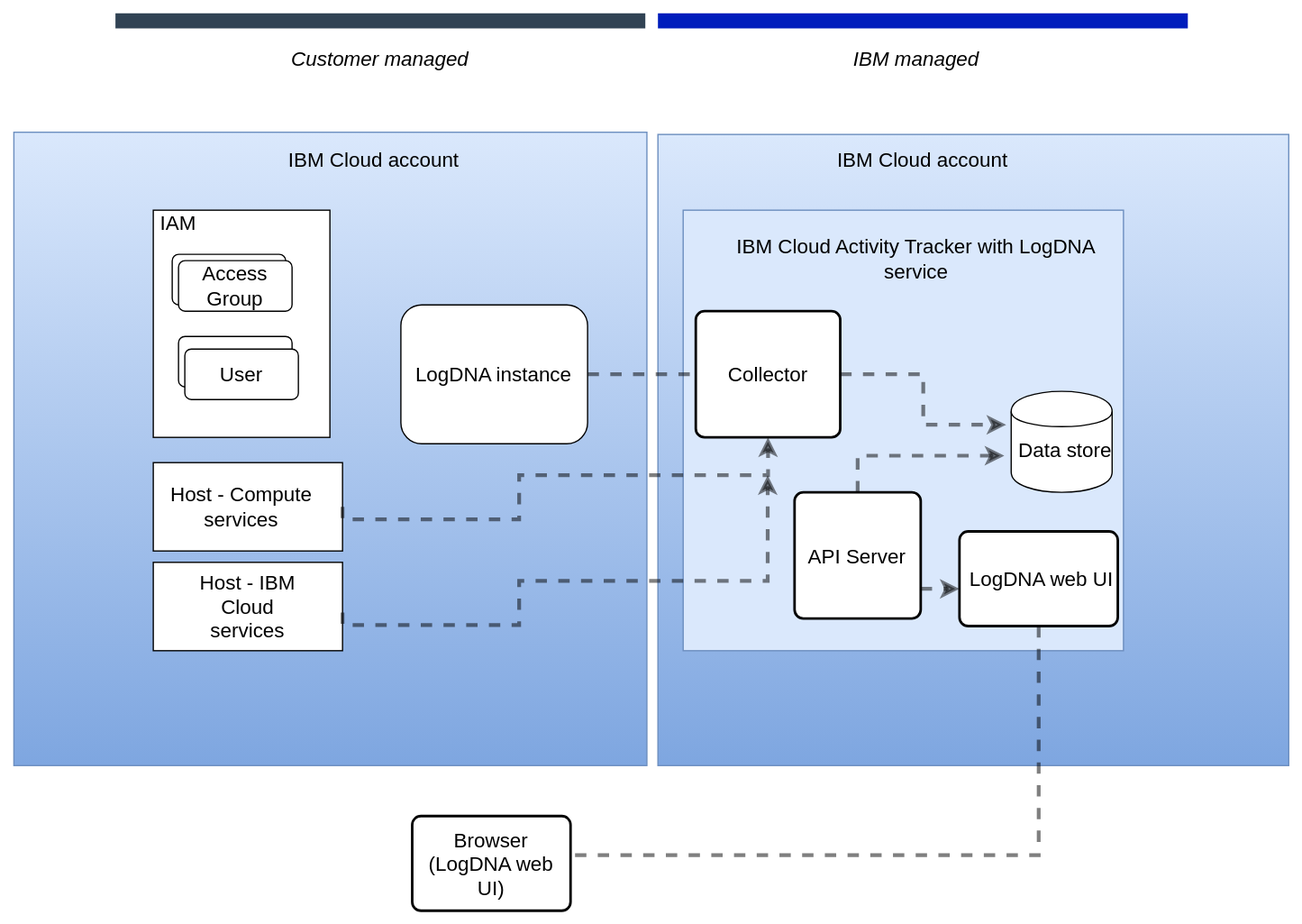
ibm-cloud-docs/activity-tracker keeps this draw.io diagram as images/at-arch.svg. Above is the earlier version. Source tidied: cells renumbered, new cells last; positions are measured from the earlier drawing's top-left corner, leaving out a move shared by most shapes.
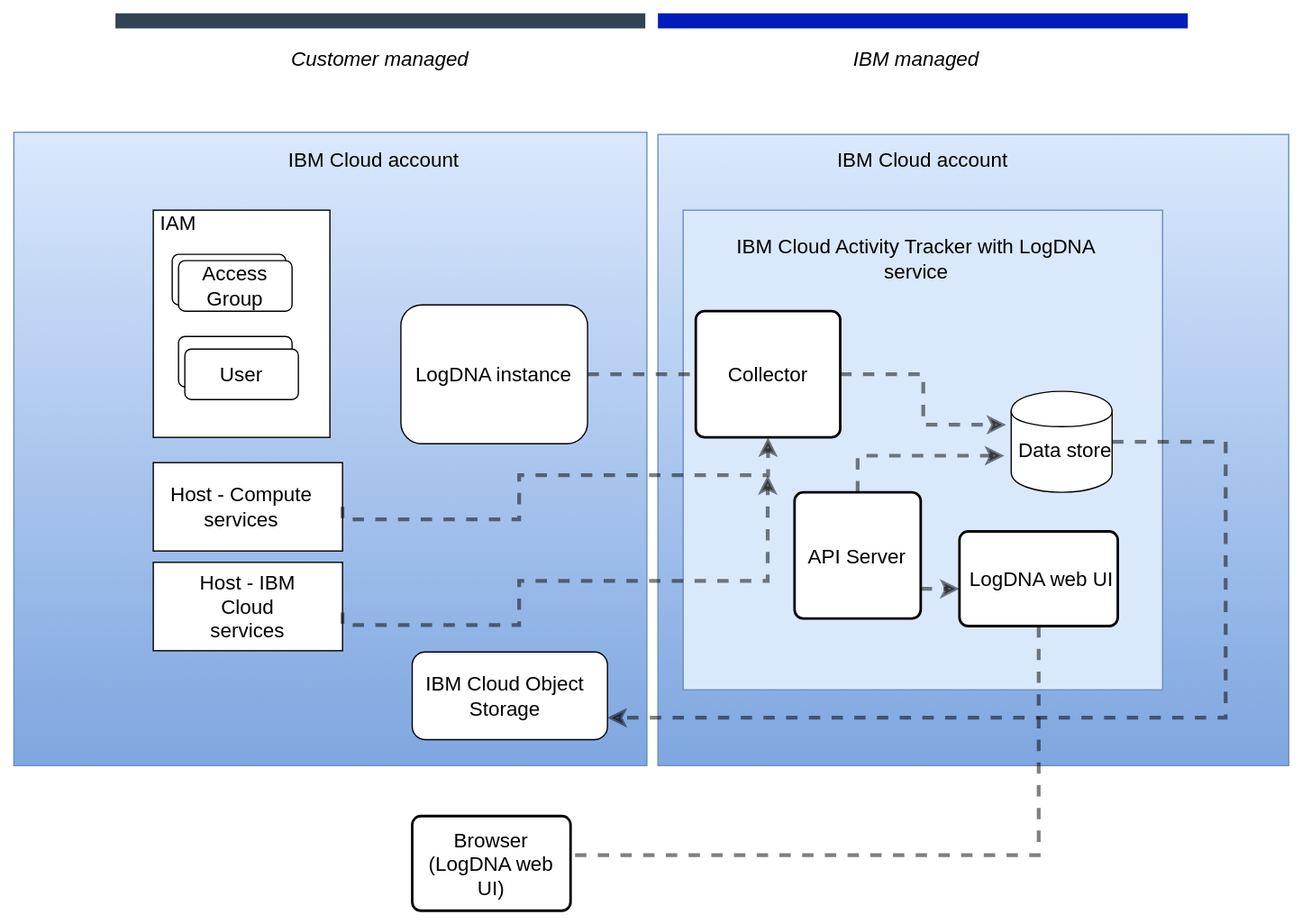
The same diagram one commit later.

The edit, as a diff of the source:
```diff
@@ -6,7 +6,7 @@
       <mxGeometry x="510" y="90" width="500" height="500" as="geometry" />
     </mxCell>
     <mxCell id="3" style="whiteSpace=wrap;html=1;fontSize=16;fillColor=#dae8fc;strokeColor=#6c8ebf;" parent="1" vertex="1">
-      <mxGeometry x="530" y="150" width="349" height="349" as="geometry" />
+      <mxGeometry x="530" y="150" width="380" height="380" as="geometry" />
     </mxCell>
     <mxCell id="4" style="endArrow=none;html=1;strokeColor=#314354;strokeWidth=12;fillColor=#647687;" parent="1" edge="1">
       <mxGeometry relative="1" as="geometry">
@@ -75,6 +75,14 @@
         </Array>
       </mxGeometry>
     </mxCell>
+    <mxCell id="39" style="edgeStyle=orthogonalEdgeStyle;rounded=0;jettySize=auto;html=1;entryX=1;entryY=0.75;entryDx=0;entryDy=0;strokeWidth=3;dashed=1;fontSize=16;opacity=50;endSize=6;" parent="1" edge="1" source="22" target="40">
+      <mxGeometry relative="1" as="geometry">
+        <Array as="points">
+          <mxPoint x="960" y="334" />
+          <mxPoint x="960" y="552" />
+        </Array>
+      </mxGeometry>
+    </mxCell>
     <mxCell id="22" style="shape=cylinder;whiteSpace=wrap;html=1;boundedLbl=1;backgroundOutline=1;fontSize=16;" parent="1" vertex="1">
       <mxGeometry x="790" y="293.5" width="80" height="80" as="geometry" />
     </mxCell>
@@ -157,5 +165,11 @@
         </Array>
       </mxGeometry>
     </mxCell>
+    <mxCell id="40" style="rounded=1;whiteSpace=wrap;html=1;" parent="1" vertex="1">
+      <mxGeometry x="315.2" y="500" width="154.8" height="69.5" as="geometry" />
+    </mxCell>
+    <mxCell id="41" value="IBM Cloud Object Storage" style="text;html=1;strokeColor=none;fillColor=none;align=center;verticalAlign=middle;whiteSpace=wrap;rounded=0;fontSize=16;" parent="1" vertex="1">
+      <mxGeometry x="324.2" y="524.8" width="130" height="20" as="geometry" />
+    </mxCell>
   </root>
 </mxGraphModel>
```
